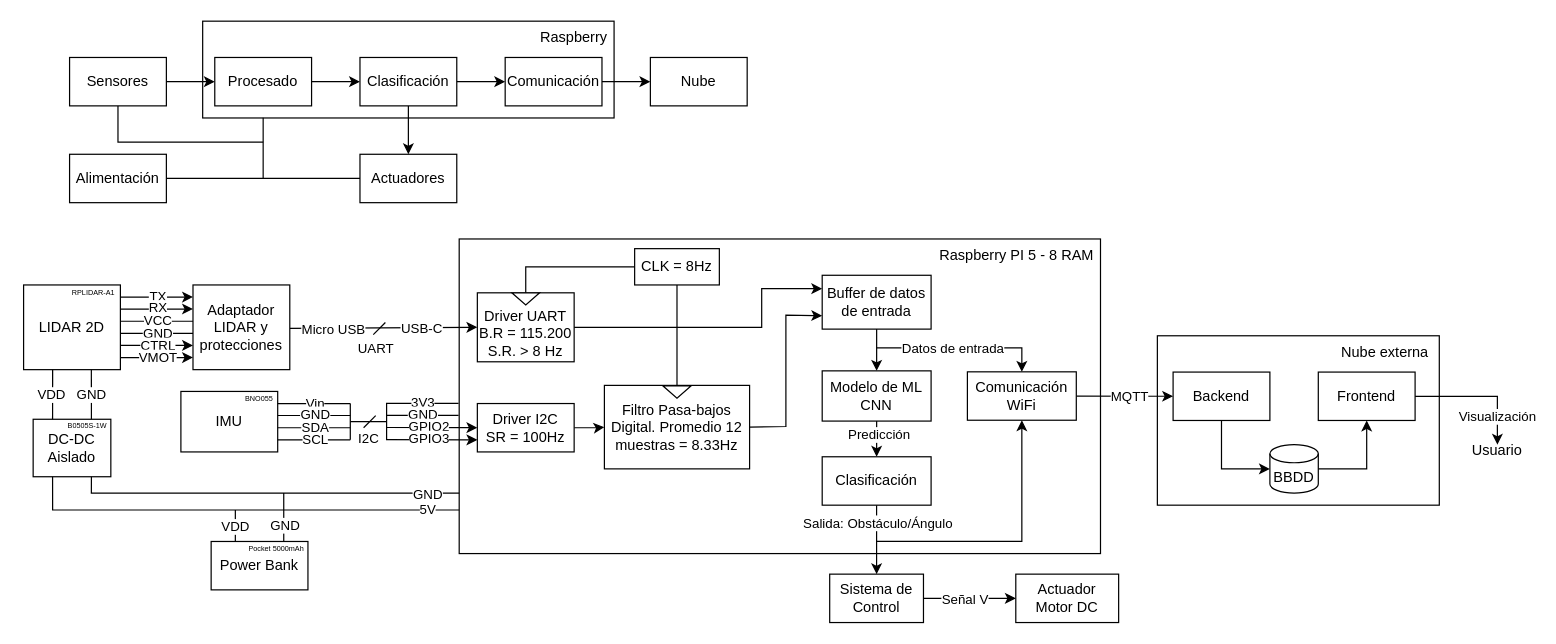
Above: Reuniones/Diagramas_Proyecto_de_Titulo.drawio in NaBo04/Lidar2D-prediction-on-prosthetic-legs (draw.io), before the change. Source tidied: cells renumbered, new cells numbered last; positions are measured from the earlier drawing's top-left corner, leaving out a move shared by most shapes. Both pictures are drawn from the tidied source at 121%, with x=0, y=0 at pixel (21, 21).
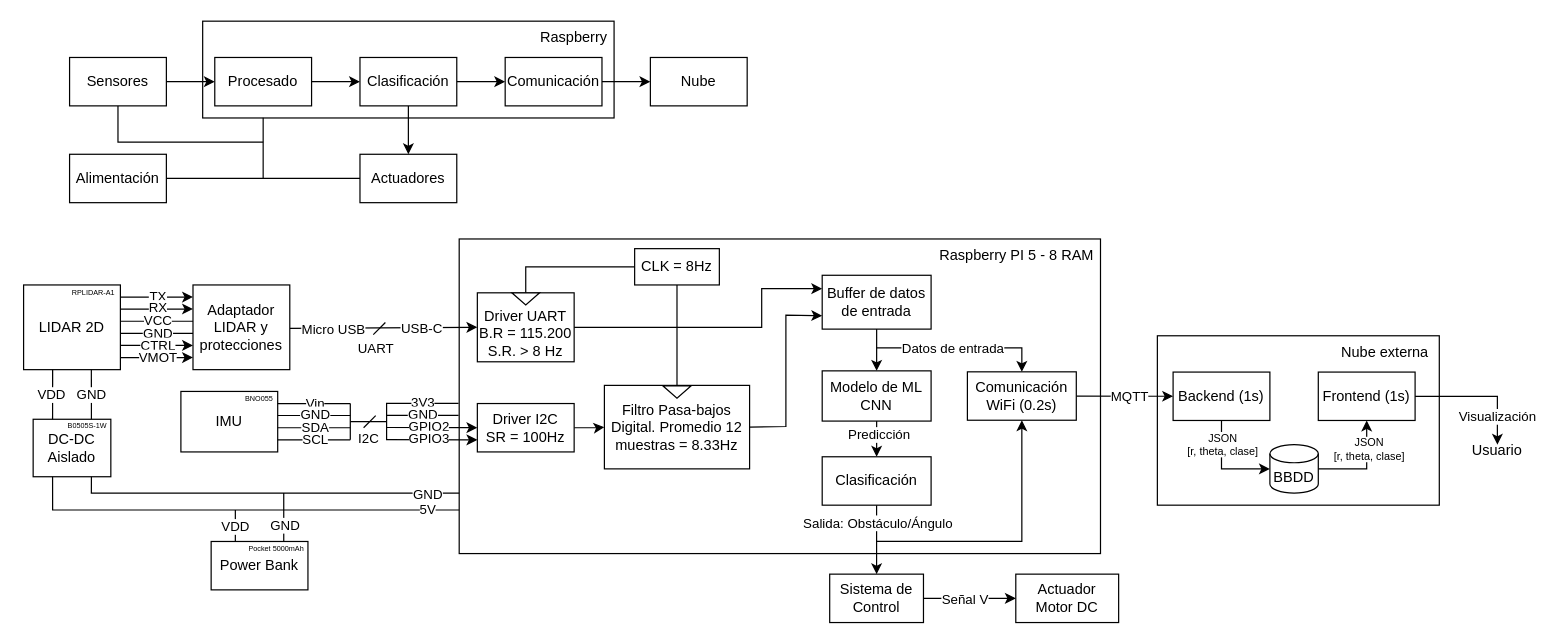
Above is the later version.

Unchanged cells that the change refers to:
```xml
<mxCell id="112" style="endArrow=classic;html=1;rounded=0;exitX=0.5;exitY=1;exitDx=0;exitDy=0;entryX=0;entryY=0.5;entryDx=0;entryDy=0;entryPerimeter=0;" parent="1" edge="1" source="109" target="111">
  <mxGeometry relative="1" as="geometry">
    <Array as="points">
      <mxPoint x="992" y="370" />
    </Array>
  </mxGeometry>
</mxCell>
```

What changed in the source:
```diff
@@
-    <mxCell id="104" value="Comunicación WiFi" style="rounded=0;whiteSpace=wrap;html=1;" parent="1" vertex="1">
+    <mxCell id="104" value="Comunicación WiFi (0.2s)" style="rounded=0;whiteSpace=wrap;html=1;" parent="1" vertex="1">
       <mxGeometry x="782" y="289.8" width="90" height="40" as="geometry" />
     </mxCell>
@@
-    <mxCell id="109" value="Backend" style="rounded=0;whiteSpace=wrap;html=1;" parent="1" vertex="1">
+    <mxCell id="109" value="Backend (1s)" style="rounded=0;whiteSpace=wrap;html=1;" parent="1" vertex="1">
       <mxGeometry x="952" y="290" width="80" height="40" as="geometry" />
     </mxCell>
-    <mxCell id="110" value="Frontend" style="rounded=0;whiteSpace=wrap;html=1;" parent="1" vertex="1">
+    <mxCell id="110" value="Frontend (1s)" style="rounded=0;whiteSpace=wrap;html=1;" parent="1" vertex="1">
       <mxGeometry x="1072" y="290" width="80" height="40" as="geometry" />
     </mxCell>
@@
+    <mxCell id="117" value="JSON&lt;div&gt;[r, theta, clase]&lt;/div&gt;" style="edgeLabel;html=1;align=center;verticalAlign=middle;fontSize=9;" parent="112" vertex="1">
+      <mxGeometry x="-0.37" relative="1" as="geometry">
+        <mxPoint y="-6" as="offset" />
+      </mxGeometry>
+    </mxCell>
@@
+    <mxCell id="118" value="JSON&lt;div&gt;[r, theta, clase]&lt;/div&gt;" style="edgeLabel;html=1;align=center;verticalAlign=middle;fontSize=9;" parent="1" vertex="1">
+      <mxGeometry x="1113" y="353.8" as="geometry" />
+    </mxCell>
```
